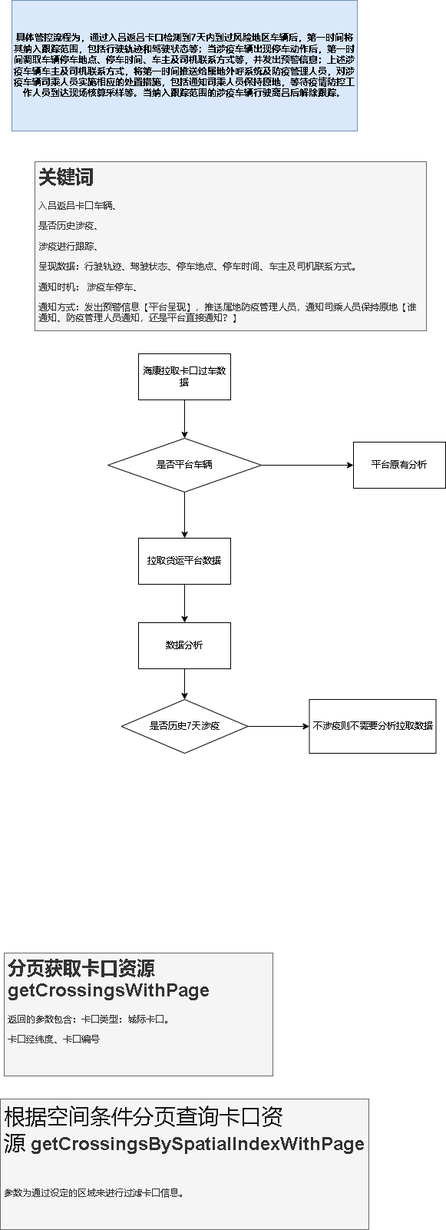
The draw.io diagram 吕梁疫情防控.drawio.png in xktder/draw, before a commit. Source tidied: cells renumbered, new cells last; positions are measured from the earlier drawing's top-left corner, leaving out a move shared by most shapes.
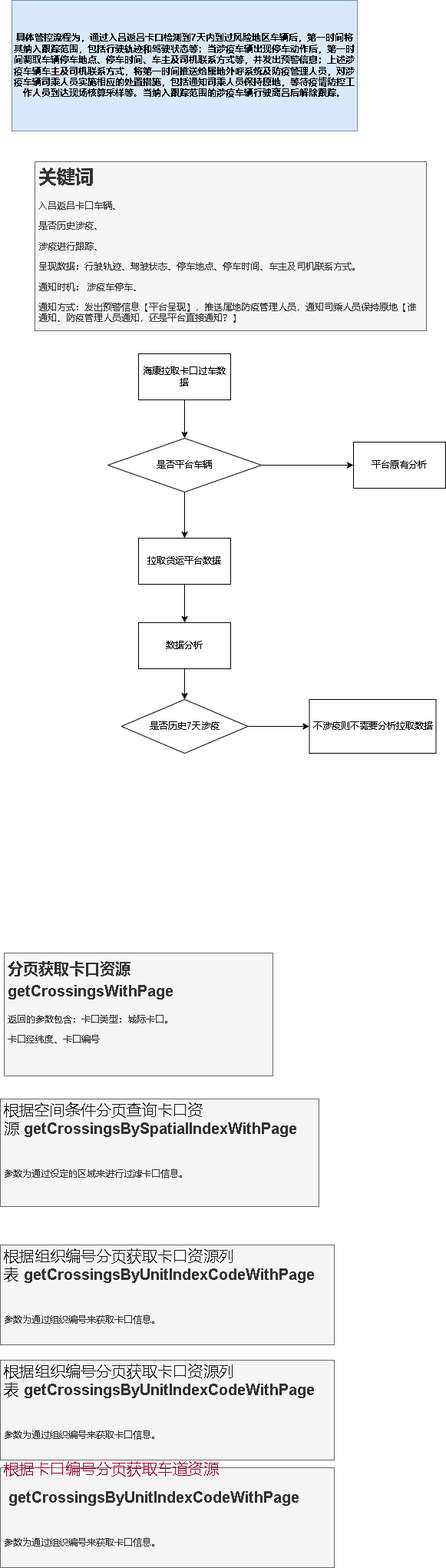
The same diagram one commit later.

Commit message:
更新吕梁疫情防控.drawio.png

The edit, as a diff of the source:
```diff
@@ -47,11 +47,20 @@
     <mxCell id="16" value="不涉疫则不需要分析拉取数据" style="rounded=0;whiteSpace=wrap;html=1;fontFamily=Helvetica;fontSize=12;fontColor=default;align=center;strokeColor=default;fillColor=default;" parent="1" vertex="1">
       <mxGeometry x="402.5" y="910" width="165" height="70" as="geometry" />
     </mxCell>
-    <mxCell id="17" value="&lt;h1&gt;分页获取卡口资源 getCrossingsWithPage&lt;br&gt;&lt;/h1&gt;&lt;p&gt;返回的参数包含：卡口类型：城际卡口。&lt;/p&gt;&lt;p&gt;卡口经纬度、卡口编号&lt;/p&gt;" style="text;html=1;strokeColor=#666666;fillColor=#f5f5f5;spacing=5;spacingTop=-20;whiteSpace=wrap;overflow=hidden;rounded=0;fontColor=#333333;" parent="1" vertex="1">
+    <mxCell id="17" value="&lt;h1&gt;&lt;font style=&quot;font-size: 20px;&quot;&gt;分页获取卡口资源 getCrossingsWithPage&lt;/font&gt;&lt;br&gt;&lt;/h1&gt;&lt;p&gt;返回的参数包含：卡口类型：城际卡口。&lt;/p&gt;&lt;p&gt;卡口经纬度、卡口编号&lt;/p&gt;" style="text;html=1;strokeColor=#666666;fillColor=#f5f5f5;spacing=5;spacingTop=-20;whiteSpace=wrap;overflow=hidden;rounded=0;fontColor=#333333;" parent="1" vertex="1">
       <mxGeometry x="5" y="1240" width="350" height="160" as="geometry" />
     </mxCell>
-    <mxCell id="18" value="&lt;h1&gt;&lt;span style=&quot;color: rgba(0, 0, 0, 0.9); font-family: &amp;quot;Microsoft Yahei&amp;quot;, &amp;quot;PingFang SC&amp;quot;, &amp;quot;Hiragino Sans GB&amp;quot;, tahoma, arial; font-size: 28px; font-weight: 400; background-color: initial;&quot;&gt;根据空间条件分页查询卡口资源&lt;/span&gt;&amp;nbsp;getCrossingsBySpatialIndexWithPage&lt;/h1&gt;&lt;br&gt;&lt;p&gt;参数为通过设定的区域来进行过滤卡口信息。&lt;/p&gt;" style="text;html=1;strokeColor=#666666;fillColor=#f5f5f5;spacing=5;spacingTop=-20;whiteSpace=wrap;overflow=hidden;rounded=0;fontColor=#333333;" parent="1" vertex="1">
-      <mxGeometry y="1430" width="480" height="170" as="geometry" />
+    <mxCell id="18" value="&lt;h1 style=&quot;font-size: 20px;&quot;&gt;&lt;span style=&quot;color: rgba(0, 0, 0, 0.9); font-family: &amp;quot;Microsoft Yahei&amp;quot;, &amp;quot;PingFang SC&amp;quot;, &amp;quot;Hiragino Sans GB&amp;quot;, tahoma, arial; font-weight: 400; background-color: initial;&quot;&gt;根据空间条件分页查询卡口资源&lt;/span&gt;&amp;nbsp;getCrossingsBySpatialIndexWithPage&lt;/h1&gt;&lt;br&gt;&lt;p&gt;参数为通过设定的区域来进行过滤卡口信息。&lt;/p&gt;" style="text;html=1;strokeColor=#666666;fillColor=#f5f5f5;spacing=5;spacingTop=-20;whiteSpace=wrap;overflow=hidden;rounded=0;fontColor=#333333;" parent="1" vertex="1">
+      <mxGeometry y="1430" width="415" height="140" as="geometry" />
     </mxCell>
+    <mxCell id="19" value="&lt;h1 style=&quot;font-size: 20px;&quot;&gt;&lt;span style=&quot;color: rgba(0, 0, 0, 0.9); font-family: &amp;quot;Microsoft Yahei&amp;quot;, &amp;quot;PingFang SC&amp;quot;, &amp;quot;Hiragino Sans GB&amp;quot;, tahoma, arial; font-weight: 400; background-color: initial;&quot;&gt;根据组织编号分页获取卡口资源列表&lt;/span&gt;&amp;nbsp;getCrossingsByUnitIndexCodeWithPage&lt;/h1&gt;&lt;br&gt;&lt;p&gt;参数为通过组织编号来获取卡口信息。&lt;/p&gt;" style="text;html=1;strokeColor=#666666;fillColor=#f5f5f5;spacing=5;spacingTop=-20;whiteSpace=wrap;overflow=hidden;rounded=0;fontColor=#333333;" parent="1" vertex="1">
+      <mxGeometry y="1620" width="435" height="130" as="geometry" />
+    </mxCell>
+    <mxCell id="20" value="&lt;h1 style=&quot;font-size: 20px;&quot;&gt;&lt;span style=&quot;color: rgba(0, 0, 0, 0.9); font-family: &amp;quot;Microsoft Yahei&amp;quot;, &amp;quot;PingFang SC&amp;quot;, &amp;quot;Hiragino Sans GB&amp;quot;, tahoma, arial; font-weight: 400; background-color: initial;&quot;&gt;根据组织编号分页获取卡口资源列表&lt;/span&gt;&amp;nbsp;getCrossingsByUnitIndexCodeWithPage&lt;/h1&gt;&lt;br&gt;&lt;p&gt;参数为通过组织编号来获取卡口信息。&lt;/p&gt;" style="text;html=1;strokeColor=#666666;fillColor=#f5f5f5;spacing=5;spacingTop=-20;whiteSpace=wrap;overflow=hidden;rounded=0;fontColor=#333333;" parent="1" vertex="1">
+      <mxGeometry y="1770" width="435" height="130" as="geometry" />
+    </mxCell>
+    <mxCell id="21" value="&lt;font face=&quot;Microsoft Yahei, PingFang SC, Hiragino Sans GB, tahoma, arial&quot; color=&quot;rgba(0, 0, 0, 0.901960784313726)&quot;&gt;&lt;span style=&quot;font-size: 20px;&quot;&gt;根据卡口编号分页获取车道资源&lt;/span&gt;&lt;/font&gt;&lt;h1 style=&quot;font-size: 20px;&quot;&gt;&amp;nbsp;getCrossingsByUnitIndexCodeWithPage&lt;/h1&gt;&lt;br&gt;&lt;p&gt;参数为通过组织编号来获取卡口信息。&lt;/p&gt;" style="text;html=1;strokeColor=#666666;fillColor=#f5f5f5;spacing=5;spacingTop=-20;whiteSpace=wrap;overflow=hidden;rounded=0;fontColor=#333333;" parent="1" vertex="1">
+      <mxGeometry y="1910" width="435" height="130" as="geometry" />
+    </mxCell>
   </root>
 </mxGraphModel>
```
